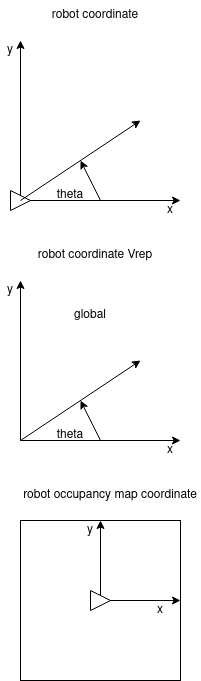
Earlier version of the draw.io export coordinates.png (xinchihuang/multi_robot_formation). Source tidied: cells renumbered, new cells last; positions are measured from the earlier drawing's top-left corner, leaving out a move shared by most shapes. Its diagram source:
```xml
<mxGraphModel>
  <root>
    <mxCell id="0" />
    <mxCell id="1" parent="0" />
    <mxCell id="2" style="rounded=0;whiteSpace=wrap;html=1;" parent="1" vertex="1">
      <mxGeometry x="20" y="520" width="160" height="160" as="geometry" />
    </mxCell>
    <mxCell id="3" style="endArrow=classic;html=1;rounded=0;" parent="1" edge="1">
      <mxGeometry relative="1" as="geometry">
        <mxPoint x="20" y="200" as="sourcePoint" />
        <mxPoint x="180" y="200" as="targetPoint" />
      </mxGeometry>
    </mxCell>
    <mxCell id="4" value="robot coordinate" style="text;html=1;strokeColor=none;fillColor=none;align=center;verticalAlign=middle;whiteSpace=wrap;rounded=0;" parent="1" vertex="1">
      <mxGeometry x="20" width="150" height="30" as="geometry" />
    </mxCell>
    <mxCell id="5" style="endArrow=classic;html=1;rounded=0;" parent="1" edge="1">
      <mxGeometry relative="1" as="geometry">
        <mxPoint x="20" y="200" as="sourcePoint" />
        <mxPoint x="20" y="40" as="targetPoint" />
      </mxGeometry>
    </mxCell>
    <mxCell id="6" value="x" style="text;html=1;strokeColor=none;fillColor=none;align=center;verticalAlign=middle;whiteSpace=wrap;rounded=0;" parent="1" vertex="1">
      <mxGeometry x="160" y="200" width="20" height="20" as="geometry" />
    </mxCell>
    <mxCell id="7" value="y" style="text;html=1;strokeColor=none;fillColor=none;align=center;verticalAlign=middle;whiteSpace=wrap;rounded=0;" parent="1" vertex="1">
      <mxGeometry y="40" width="20" height="20" as="geometry" />
    </mxCell>
    <mxCell id="8" style="triangle;whiteSpace=wrap;html=1;" parent="1" vertex="1">
      <mxGeometry x="10" y="190" width="20" height="20" as="geometry" />
    </mxCell>
    <mxCell id="9" style="endArrow=classic;html=1;rounded=0;" parent="1" edge="1">
      <mxGeometry relative="1" as="geometry">
        <mxPoint x="20" y="200" as="sourcePoint" />
        <mxPoint x="140" y="120" as="targetPoint" />
      </mxGeometry>
    </mxCell>
    <mxCell id="10" style="endArrow=classic;html=1;rounded=0;" parent="1" edge="1">
      <mxGeometry relative="1" as="geometry">
        <mxPoint x="100" y="200" as="sourcePoint" />
        <mxPoint x="80" y="160" as="targetPoint" />
      </mxGeometry>
    </mxCell>
    <mxCell id="11" value="theta" style="text;html=1;strokeColor=none;fillColor=none;align=center;verticalAlign=middle;whiteSpace=wrap;rounded=0;" parent="1" vertex="1">
      <mxGeometry x="50" y="180" width="40" height="30" as="geometry" />
    </mxCell>
    <mxCell id="12" style="endArrow=classic;html=1;rounded=0;" parent="1" edge="1">
      <mxGeometry relative="1" as="geometry">
        <mxPoint x="20" y="440" as="sourcePoint" />
        <mxPoint x="180" y="440" as="targetPoint" />
      </mxGeometry>
    </mxCell>
    <mxCell id="13" value="robot coordinate Vrep" style="text;html=1;strokeColor=none;fillColor=none;align=center;verticalAlign=middle;whiteSpace=wrap;rounded=0;" parent="1" vertex="1">
      <mxGeometry x="20" y="240" width="150" height="30" as="geometry" />
    </mxCell>
    <mxCell id="14" style="endArrow=classic;html=1;rounded=0;" parent="1" edge="1">
      <mxGeometry relative="1" as="geometry">
        <mxPoint x="20" y="440" as="sourcePoint" />
        <mxPoint x="20" y="280" as="targetPoint" />
      </mxGeometry>
    </mxCell>
    <mxCell id="15" value="x" style="text;html=1;strokeColor=none;fillColor=none;align=center;verticalAlign=middle;whiteSpace=wrap;rounded=0;" parent="1" vertex="1">
      <mxGeometry x="160" y="440" width="20" height="20" as="geometry" />
    </mxCell>
    <mxCell id="16" value="y" style="text;html=1;strokeColor=none;fillColor=none;align=center;verticalAlign=middle;whiteSpace=wrap;rounded=0;" parent="1" vertex="1">
      <mxGeometry y="280" width="20" height="20" as="geometry" />
    </mxCell>
    <mxCell id="17" style="endArrow=classic;html=1;rounded=0;" parent="1" edge="1">
      <mxGeometry relative="1" as="geometry">
        <mxPoint x="20" y="440" as="sourcePoint" />
        <mxPoint x="140" y="360" as="targetPoint" />
      </mxGeometry>
    </mxCell>
    <mxCell id="18" style="endArrow=classic;html=1;rounded=0;" parent="1" edge="1">
      <mxGeometry relative="1" as="geometry">
        <mxPoint x="100" y="440" as="sourcePoint" />
        <mxPoint x="80" y="400" as="targetPoint" />
      </mxGeometry>
    </mxCell>
    <mxCell id="19" value="theta" style="text;html=1;strokeColor=none;fillColor=none;align=center;verticalAlign=middle;whiteSpace=wrap;rounded=0;" parent="1" vertex="1">
      <mxGeometry x="50" y="420" width="40" height="30" as="geometry" />
    </mxCell>
    <mxCell id="20" style="endArrow=classic;html=1;rounded=0;" parent="1" edge="1">
      <mxGeometry relative="1" as="geometry">
        <mxPoint x="100" y="600" as="sourcePoint" />
        <mxPoint x="180" y="600" as="targetPoint" />
      </mxGeometry>
    </mxCell>
    <mxCell id="21" value="robot occupancy map coordinate" style="text;html=1;strokeColor=none;fillColor=none;align=center;verticalAlign=middle;whiteSpace=wrap;rounded=0;" parent="1" vertex="1">
      <mxGeometry x="20" y="480" width="180" height="30" as="geometry" />
    </mxCell>
    <mxCell id="22" style="endArrow=classic;html=1;rounded=0;" parent="1" edge="1">
      <mxGeometry relative="1" as="geometry">
        <mxPoint x="100" y="600" as="sourcePoint" />
        <mxPoint x="100" y="520" as="targetPoint" />
      </mxGeometry>
    </mxCell>
    <mxCell id="23" value="x" style="text;html=1;strokeColor=none;fillColor=none;align=center;verticalAlign=middle;whiteSpace=wrap;rounded=0;" parent="1" vertex="1">
      <mxGeometry x="150" y="600" width="20" height="20" as="geometry" />
    </mxCell>
    <mxCell id="24" value="y" style="text;html=1;strokeColor=none;fillColor=none;align=center;verticalAlign=middle;whiteSpace=wrap;rounded=0;" parent="1" vertex="1">
      <mxGeometry x="80" y="520" width="20" height="20" as="geometry" />
    </mxCell>
    <mxCell id="25" style="triangle;whiteSpace=wrap;html=1;" parent="1" vertex="1">
      <mxGeometry x="90" y="590" width="20" height="20" as="geometry" />
    </mxCell>
    <mxCell id="26" value="global" style="text;html=1;strokeColor=none;fillColor=none;align=center;verticalAlign=middle;whiteSpace=wrap;rounded=0;" parent="1" vertex="1">
      <mxGeometry x="60" y="300" width="60" height="30" as="geometry" />
    </mxCell>
  </root>
</mxGraphModel>
```
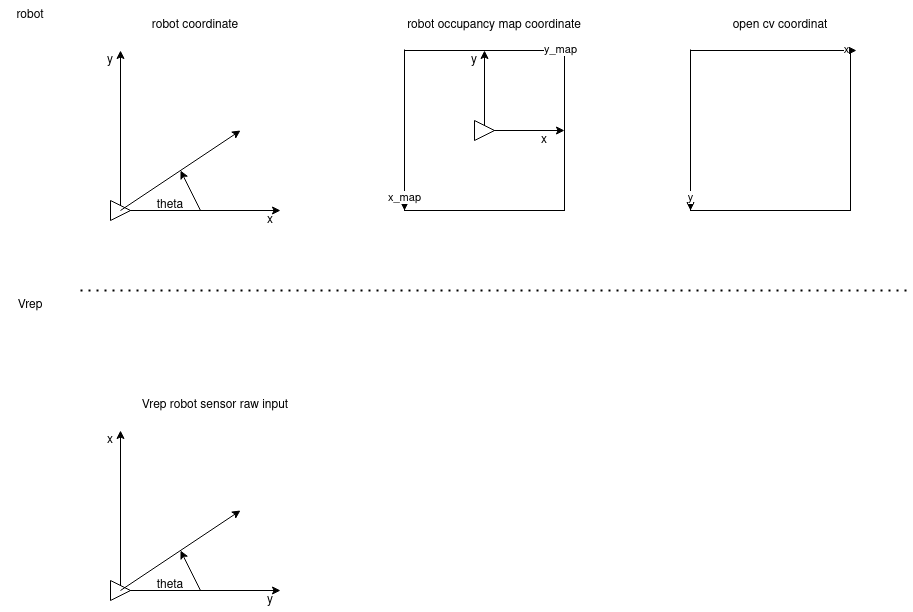
The same diagram one commit later.

Commit message:
fix coordinate problem

Change to the diagram source:
```diff
@@ -3,7 +3,7 @@
     <mxCell id="0" />
     <mxCell id="1" parent="0" />
     <mxCell id="2" style="rounded=0;whiteSpace=wrap;html=1;" parent="1" vertex="1">
-      <mxGeometry x="20" y="520" width="160" height="160" as="geometry" />
+      <mxGeometry x="304" y="40" width="160" height="160" as="geometry" />
     </mxCell>
     <mxCell id="3" style="endArrow=classic;html=1;rounded=0;" parent="1" edge="1">
       <mxGeometry relative="1" as="geometry">
@@ -44,68 +44,120 @@
     <mxCell id="11" value="theta" style="text;html=1;strokeColor=none;fillColor=none;align=center;verticalAlign=middle;whiteSpace=wrap;rounded=0;" parent="1" vertex="1">
       <mxGeometry x="50" y="180" width="40" height="30" as="geometry" />
     </mxCell>
-    <mxCell id="12" style="endArrow=classic;html=1;rounded=0;" parent="1" edge="1">
-      <mxGeometry relative="1" as="geometry">
-        <mxPoint x="20" y="440" as="sourcePoint" />
-        <mxPoint x="180" y="440" as="targetPoint" />
-      </mxGeometry>
-    </mxCell>
-    <mxCell id="13" value="robot coordinate Vrep" style="text;html=1;strokeColor=none;fillColor=none;align=center;verticalAlign=middle;whiteSpace=wrap;rounded=0;" parent="1" vertex="1">
-      <mxGeometry x="20" y="240" width="150" height="30" as="geometry" />
-    </mxCell>
-    <mxCell id="14" style="endArrow=classic;html=1;rounded=0;" parent="1" edge="1">
-      <mxGeometry relative="1" as="geometry">
-        <mxPoint x="20" y="440" as="sourcePoint" />
-        <mxPoint x="20" y="280" as="targetPoint" />
-      </mxGeometry>
-    </mxCell>
-    <mxCell id="15" value="x" style="text;html=1;strokeColor=none;fillColor=none;align=center;verticalAlign=middle;whiteSpace=wrap;rounded=0;" parent="1" vertex="1">
-      <mxGeometry x="160" y="440" width="20" height="20" as="geometry" />
-    </mxCell>
-    <mxCell id="16" value="y" style="text;html=1;strokeColor=none;fillColor=none;align=center;verticalAlign=middle;whiteSpace=wrap;rounded=0;" parent="1" vertex="1">
-      <mxGeometry y="280" width="20" height="20" as="geometry" />
-    </mxCell>
-    <mxCell id="17" style="endArrow=classic;html=1;rounded=0;" parent="1" edge="1">
-      <mxGeometry relative="1" as="geometry">
-        <mxPoint x="20" y="440" as="sourcePoint" />
-        <mxPoint x="140" y="360" as="targetPoint" />
-      </mxGeometry>
-    </mxCell>
-    <mxCell id="18" style="endArrow=classic;html=1;rounded=0;" parent="1" edge="1">
-      <mxGeometry relative="1" as="geometry">
-        <mxPoint x="100" y="440" as="sourcePoint" />
-        <mxPoint x="80" y="400" as="targetPoint" />
-      </mxGeometry>
-    </mxCell>
-    <mxCell id="19" value="theta" style="text;html=1;strokeColor=none;fillColor=none;align=center;verticalAlign=middle;whiteSpace=wrap;rounded=0;" parent="1" vertex="1">
-      <mxGeometry x="50" y="420" width="40" height="30" as="geometry" />
-    </mxCell>
     <mxCell id="20" style="endArrow=classic;html=1;rounded=0;" parent="1" edge="1">
       <mxGeometry relative="1" as="geometry">
-        <mxPoint x="100" y="600" as="sourcePoint" />
-        <mxPoint x="180" y="600" as="targetPoint" />
+        <mxPoint x="384" y="120" as="sourcePoint" />
+        <mxPoint x="464" y="120" as="targetPoint" />
       </mxGeometry>
     </mxCell>
     <mxCell id="21" value="robot occupancy map coordinate" style="text;html=1;strokeColor=none;fillColor=none;align=center;verticalAlign=middle;whiteSpace=wrap;rounded=0;" parent="1" vertex="1">
-      <mxGeometry x="20" y="480" width="180" height="30" as="geometry" />
+      <mxGeometry x="304" width="180" height="30" as="geometry" />
     </mxCell>
     <mxCell id="22" style="endArrow=classic;html=1;rounded=0;" parent="1" edge="1">
       <mxGeometry relative="1" as="geometry">
-        <mxPoint x="100" y="600" as="sourcePoint" />
-        <mxPoint x="100" y="520" as="targetPoint" />
+        <mxPoint x="384" y="120" as="sourcePoint" />
+        <mxPoint x="384" y="40" as="targetPoint" />
       </mxGeometry>
     </mxCell>
     <mxCell id="23" value="x" style="text;html=1;strokeColor=none;fillColor=none;align=center;verticalAlign=middle;whiteSpace=wrap;rounded=0;" parent="1" vertex="1">
-      <mxGeometry x="150" y="600" width="20" height="20" as="geometry" />
+      <mxGeometry x="434" y="120" width="20" height="20" as="geometry" />
     </mxCell>
     <mxCell id="24" value="y" style="text;html=1;strokeColor=none;fillColor=none;align=center;verticalAlign=middle;whiteSpace=wrap;rounded=0;" parent="1" vertex="1">
-      <mxGeometry x="80" y="520" width="20" height="20" as="geometry" />
+      <mxGeometry x="364" y="40" width="20" height="20" as="geometry" />
     </mxCell>
     <mxCell id="25" style="triangle;whiteSpace=wrap;html=1;" parent="1" vertex="1">
-      <mxGeometry x="90" y="590" width="20" height="20" as="geometry" />
+      <mxGeometry x="374" y="110" width="20" height="20" as="geometry" />
     </mxCell>
-    <mxCell id="26" value="global" style="text;html=1;strokeColor=none;fillColor=none;align=center;verticalAlign=middle;whiteSpace=wrap;rounded=0;" parent="1" vertex="1">
-      <mxGeometry x="60" y="300" width="60" height="30" as="geometry" />
-    </mxCell>
+    <mxCell id="27" style="endArrow=classic;html=1;rounded=0;" parent="1" edge="1">
+      <mxGeometry relative="1" as="geometry">
+        <mxPoint x="304" y="40" as="sourcePoint" />
+        <mxPoint x="470" y="40" as="targetPoint" />
+      </mxGeometry>
+    </mxCell>
+    <mxCell id="28" value="y_map" style="edgeLabel;html=1;align=center;verticalAlign=middle;" parent="27" vertex="1">
+      <mxGeometry x="0.88" y="1" relative="1" as="geometry" />
+    </mxCell>
+    <mxCell id="29" style="endArrow=classic;html=1;rounded=0;entryX=0;entryY=1;entryDx=0;entryDy=0;" parent="1" edge="1" target="2">
+      <mxGeometry relative="1" as="geometry">
+        <mxPoint x="304" y="39" as="sourcePoint" />
+      </mxGeometry>
+    </mxCell>
+    <mxCell id="30" value="x_map" style="edgeLabel;html=1;align=center;verticalAlign=middle;" parent="29" vertex="1">
+      <mxGeometry x="0.84" relative="1" as="geometry" />
+    </mxCell>
+    <mxCell id="31" style="rounded=0;whiteSpace=wrap;html=1;" parent="1" vertex="1">
+      <mxGeometry x="590" y="40" width="160" height="160" as="geometry" />
+    </mxCell>
+    <mxCell id="32" value="open cv coordinat" style="text;html=1;strokeColor=none;fillColor=none;align=center;verticalAlign=middle;whiteSpace=wrap;rounded=0;" parent="1" vertex="1">
+      <mxGeometry x="590" width="180" height="30" as="geometry" />
+    </mxCell>
+    <mxCell id="33" style="endArrow=classic;html=1;rounded=0;" parent="1" edge="1">
+      <mxGeometry relative="1" as="geometry">
+        <mxPoint x="590" y="40" as="sourcePoint" />
+        <mxPoint x="756" y="40" as="targetPoint" />
+      </mxGeometry>
+    </mxCell>
+    <mxCell id="34" value="x" style="edgeLabel;html=1;align=center;verticalAlign=middle;" parent="33" vertex="1">
+      <mxGeometry x="0.88" y="1" relative="1" as="geometry" />
+    </mxCell>
+    <mxCell id="35" style="endArrow=classic;html=1;rounded=0;entryX=0;entryY=1;entryDx=0;entryDy=0;" parent="1" edge="1" target="31">
+      <mxGeometry relative="1" as="geometry">
+        <mxPoint x="590" y="39" as="sourcePoint" />
+      </mxGeometry>
+    </mxCell>
+    <mxCell id="36" value="y" style="edgeLabel;html=1;align=center;verticalAlign=middle;" parent="35" vertex="1">
+      <mxGeometry x="0.84" relative="1" as="geometry" />
+    </mxCell>
+    <mxCell id="37" style="endArrow=classic;html=1;rounded=0;" parent="1" edge="1">
+      <mxGeometry relative="1" as="geometry">
+        <mxPoint x="20" y="580" as="sourcePoint" />
+        <mxPoint x="180" y="580" as="targetPoint" />
+      </mxGeometry>
+    </mxCell>
+    <mxCell id="38" value="Vrep robot sensor raw input" style="text;html=1;strokeColor=none;fillColor=none;align=center;verticalAlign=middle;whiteSpace=wrap;rounded=0;" parent="1" vertex="1">
+      <mxGeometry x="20" y="380" width="190" height="30" as="geometry" />
+    </mxCell>
+    <mxCell id="39" style="endArrow=classic;html=1;rounded=0;" parent="1" edge="1">
+      <mxGeometry relative="1" as="geometry">
+        <mxPoint x="20" y="580" as="sourcePoint" />
+        <mxPoint x="20" y="420" as="targetPoint" />
+      </mxGeometry>
+    </mxCell>
+    <mxCell id="16" value="y" style="text;html=1;strokeColor=none;fillColor=none;align=center;verticalAlign=middle;whiteSpace=wrap;rounded=0;" parent="1" vertex="1">
+      <mxGeometry x="160" y="580" width="20" height="20" as="geometry" />
+    </mxCell>
+    <mxCell id="15" value="x" style="text;html=1;strokeColor=none;fillColor=none;align=center;verticalAlign=middle;whiteSpace=wrap;rounded=0;" parent="1" vertex="1">
+      <mxGeometry y="420" width="20" height="20" as="geometry" />
+    </mxCell>
+    <mxCell id="40" style="triangle;whiteSpace=wrap;html=1;" parent="1" vertex="1">
+      <mxGeometry x="10" y="570" width="20" height="20" as="geometry" />
+    </mxCell>
+    <mxCell id="41" style="endArrow=classic;html=1;rounded=0;" parent="1" edge="1">
+      <mxGeometry relative="1" as="geometry">
+        <mxPoint x="20" y="580" as="sourcePoint" />
+        <mxPoint x="140" y="500" as="targetPoint" />
+      </mxGeometry>
+    </mxCell>
+    <mxCell id="42" style="endArrow=classic;html=1;rounded=0;" parent="1" edge="1">
+      <mxGeometry relative="1" as="geometry">
+        <mxPoint x="100" y="580" as="sourcePoint" />
+        <mxPoint x="80" y="540" as="targetPoint" />
+      </mxGeometry>
+    </mxCell>
+    <mxCell id="19" value="theta" style="text;html=1;strokeColor=none;fillColor=none;align=center;verticalAlign=middle;whiteSpace=wrap;rounded=0;" parent="1" vertex="1">
+      <mxGeometry x="50" y="560" width="40" height="30" as="geometry" />
+    </mxCell>
+    <mxCell id="43" style="endArrow=none;dashed=1;html=1;dashPattern=1 3;strokeWidth=2;rounded=0;" parent="1" edge="1">
+      <mxGeometry relative="1" as="geometry">
+        <mxPoint x="-20" y="280" as="sourcePoint" />
+        <mxPoint x="810" y="280" as="targetPoint" />
+      </mxGeometry>
+    </mxCell>
+    <mxCell id="44" value="robot" style="text;html=1;strokeColor=none;fillColor=none;align=center;verticalAlign=middle;whiteSpace=wrap;rounded=0;" parent="1" vertex="1">
+      <mxGeometry x="-100" y="-10" width="60" height="30" as="geometry" />
+    </mxCell>
+    <mxCell id="45" value="Vrep" style="text;html=1;strokeColor=none;fillColor=none;align=center;verticalAlign=middle;whiteSpace=wrap;rounded=0;" parent="1" vertex="1">
+      <mxGeometry x="-100" y="280" width="60" height="30" as="geometry" />
+    </mxCell>
   </root>
 </mxGraphModel>
```
